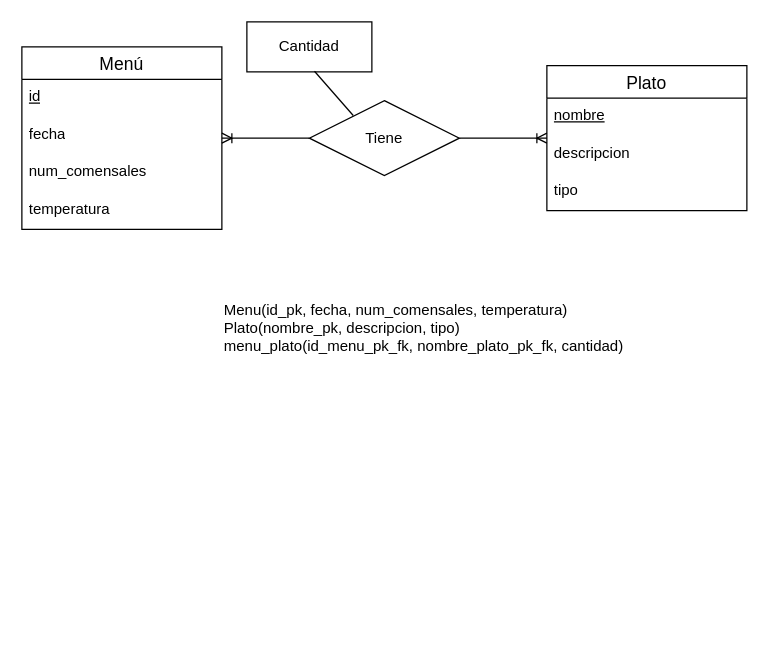
The draw.io diagram TA12Ej15.drawio in AlejandroCara/acr-tsys-modeloER-drawio-1110, before the edit. Source tidied: cells renumbered, new cells numbered last; positions are measured from the earlier drawing's top-left corner, leaving out a move shared by most shapes. Both pictures are drawn from the tidied source at 125%, with x=0, y=0 at pixel (21, 21).
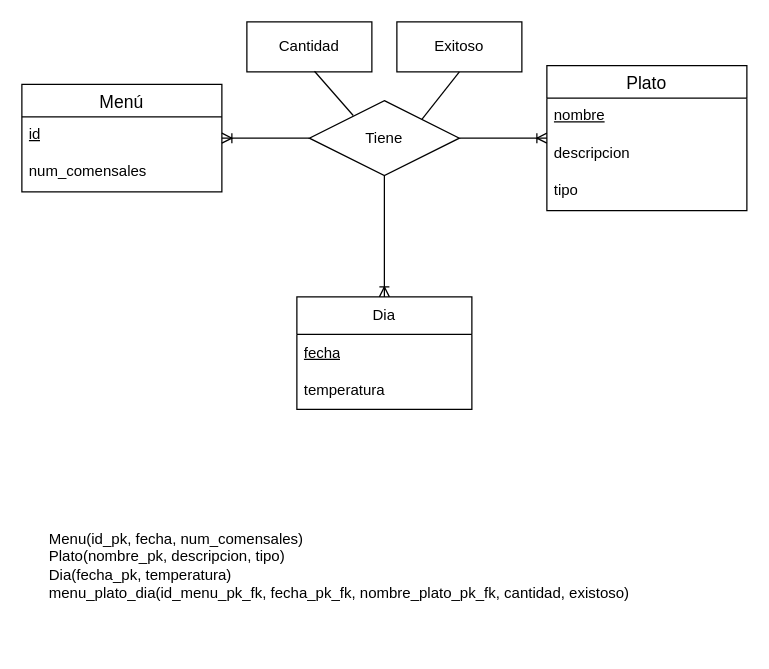
The same page after the edit.

Unchanged cells that the change refers to:
```xml
<mxCell id="13" value="Tiene" style="shape=rhombus;perimeter=rhombusPerimeter;whiteSpace=wrap;html=1;align=center;" parent="1" vertex="1">
  <mxGeometry x="230" y="63" width="120" height="60" as="geometry" />
</mxCell>
```

What changed in the source:
```diff
@@
     <mxCell id="2" value="Menú" style="swimlane;fontStyle=0;horizontal=1;startSize=26;align=center;fontSize=14;" parent="1" vertex="1">
-      <mxGeometry y="20" width="160" height="146" as="geometry" />
+      <mxGeometry y="50" width="160" height="86" as="geometry" />
     </mxCell>
@@
-    <mxCell id="4" value="fecha" style="text;strokeColor=none;fillColor=none;spacingLeft=4;spacingRight=4;overflow=hidden;fontSize=12;whiteSpace=wrap;html=1;" parent="2" vertex="1">
-      <mxGeometry y="56" width="160" height="30" as="geometry" />
-    </mxCell>
     <mxCell id="5" value="num_comensales" style="text;strokeColor=none;fillColor=none;spacingLeft=4;spacingRight=4;overflow=hidden;fontSize=12;whiteSpace=wrap;html=1;" parent="2" vertex="1">
-      <mxGeometry y="86" width="160" height="30" as="geometry" />
+      <mxGeometry y="56" width="160" height="30" as="geometry" />
     </mxCell>
-    <mxCell id="6" value="temperatura" style="text;strokeColor=none;fillColor=none;spacingLeft=4;spacingRight=4;overflow=hidden;fontSize=12;whiteSpace=wrap;html=1;" parent="2" vertex="1">
-      <mxGeometry y="116" width="160" height="30" as="geometry" />
-    </mxCell>
@@
+    <mxCell id="17" style="edgeStyle=orthogonalEdgeStyle;rounded=0;jettySize=auto;html=1;endArrow=ERoneToMany;endFill=0;" parent="1" edge="1" source="13" target="18">
+      <mxGeometry relative="1" as="geometry" />
+    </mxCell>
@@
-    <mxCell id="16" value="Menu(id_pk, fecha, num_comensales, temperatura)&lt;br&gt;Plato(nombre_pk, descripcion, tipo)&lt;br&gt;menu_plato(id_menu_pk_fk, nombre_plato_pk_fk, cantidad)" style="text;html=1;strokeColor=none;fillColor=none;align=left;verticalAlign=middle;whiteSpace=wrap;rounded=0;" parent="1" vertex="1">
-      <mxGeometry x="160" y="180" width="330" height="130" as="geometry" />
+    <mxCell id="16" value="Menu(id_pk, fecha, num_comensales)&lt;br&gt;Plato(nombre_pk, descripcion, tipo)&lt;br&gt;Dia(fecha_pk, temperatura)&lt;br&gt;menu_plato_dia(id_menu_pk_fk, fecha_pk_fk, nombre_plato_pk_fk, cantidad, existoso)" style="text;html=1;strokeColor=none;fillColor=none;align=left;verticalAlign=middle;whiteSpace=wrap;rounded=0;" parent="1" vertex="1">
+      <mxGeometry x="20" y="370" width="500" height="130" as="geometry" />
     </mxCell>
+    <mxCell id="18" value="Dia" style="swimlane;fontStyle=0;horizontal=1;startSize=30;whiteSpace=wrap;html=1;" parent="1" vertex="1">
+      <mxGeometry x="220" y="220" width="140" height="90" as="geometry" />
+    </mxCell>
+    <mxCell id="4" value="&lt;u&gt;fecha&lt;/u&gt;" style="text;strokeColor=none;fillColor=none;align=left;verticalAlign=middle;spacingLeft=4;spacingRight=4;overflow=hidden;whiteSpace=wrap;html=1;" parent="18" vertex="1">
+      <mxGeometry y="30" width="140" height="30" as="geometry" />
+    </mxCell>
+    <mxCell id="6" value="temperatura" style="text;strokeColor=none;fillColor=none;align=left;verticalAlign=middle;spacingLeft=4;spacingRight=4;overflow=hidden;whiteSpace=wrap;html=1;" parent="18" vertex="1">
+      <mxGeometry y="60" width="140" height="30" as="geometry" />
+    </mxCell>
+    <mxCell id="19" value="Exitoso" style="whiteSpace=wrap;html=1;align=center;" parent="1" vertex="1">
+      <mxGeometry x="300" width="100" height="40" as="geometry" />
+    </mxCell>
+    <mxCell id="20" style="endArrow=none;html=1;rounded=0;entryX=0.5;entryY=1;entryDx=0;entryDy=0;exitX=1;exitY=0;exitDx=0;exitDy=0;" parent="1" edge="1" source="13" target="19">
+      <mxGeometry relative="1" as="geometry" />
+    </mxCell>
```
